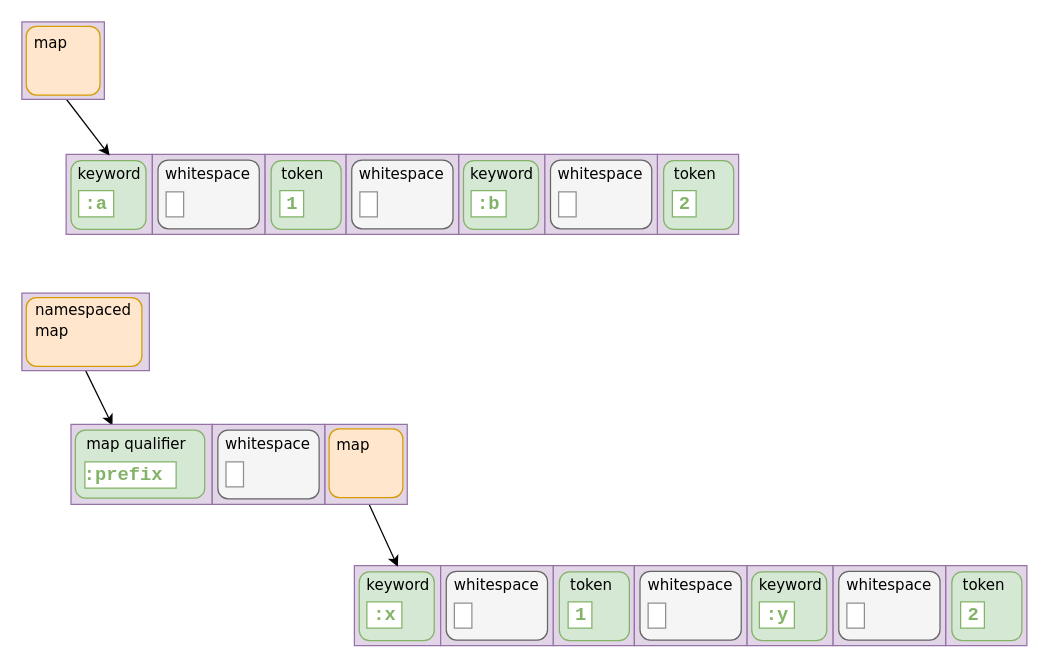
Before: doc/map-nodes.drawio in clj-commons/rewrite-clj, a draw.io diagram. Source tidied: cells renumbered, new cells numbered last; positions are measured from the earlier drawing's top-left corner, leaving out a move shared by most shapes. Both pictures are drawn from the tidied source at 125%, with x=0, y=0 at pixel (21, 21).
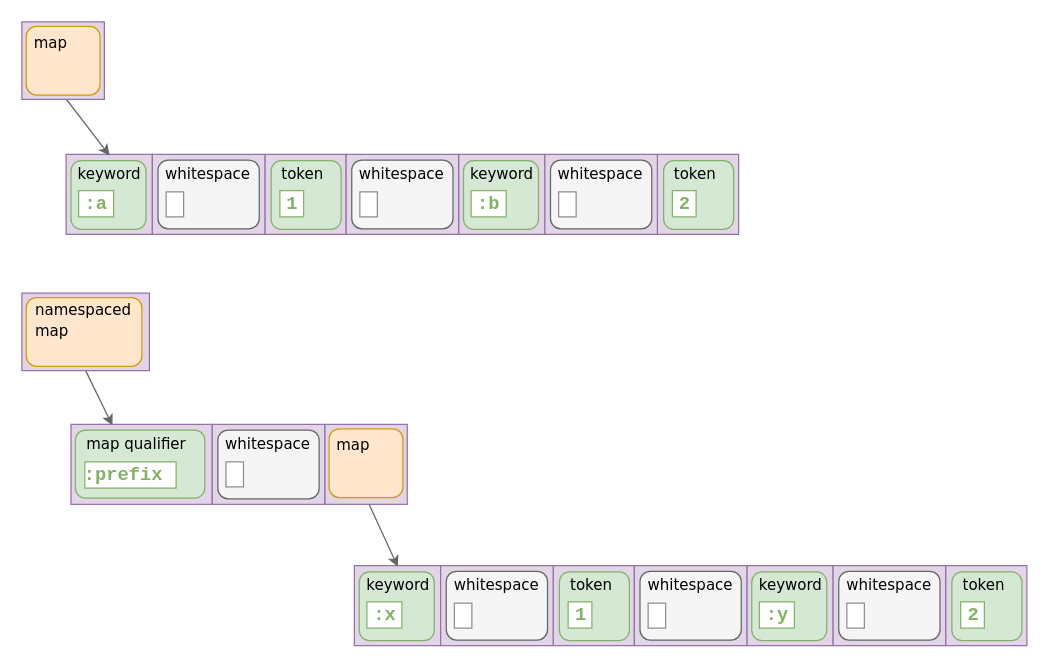
Above is the later version.

Commit message (it also covers changes not shown here):
Update diagrams to be dark mode friendly

The change refers to these unchanged cells:
```xml
<mxCell id="9" value="&lt;font face=&quot;Verdana&quot; style=&quot;font-size: 12px&quot;&gt;keyword&lt;/font&gt;" style="text;html=1;strokeColor=none;fillColor=none;align=left;verticalAlign=middle;whiteSpace=wrap;rounded=0;comic=0;fontFamily=Courier New;fontSize=14;spacingTop=9;" parent="1" vertex="1">
  <mxGeometry x="43.1" y="107" width="54.2" height="20" as="geometry" />
</mxCell>
<mxCell id="12" value="&lt;div style=&quot;font-size: 14px&quot;&gt;&lt;br&gt;&lt;/div&gt;" style="rounded=1;whiteSpace=wrap;html=1;verticalAlign=top;align=left;fontSize=14;fontFamily=Courier New;fillColor=#ffe6cc;strokeColor=#d79b00;" parent="1" vertex="1">
  <mxGeometry x="3.5" y="3.5" width="59" height="55" as="geometry" />
</mxCell>
<mxCell id="23" style="rounded=0;whiteSpace=wrap;html=1;comic=0;strokeColor=#9673a6;fillColor=#e1d5e7;align=left;fontSize=14;fontFamily=Courier New;" parent="1" vertex="1">
  <mxGeometry y="217" width="102" height="62" as="geometry" />
</mxCell>
<mxCell id="28" value="&lt;font face=&quot;Verdana&quot; style=&quot;font-size: 12px&quot;&gt;map qualifier&lt;br&gt;&lt;/font&gt;" style="text;html=1;strokeColor=none;fillColor=none;align=left;verticalAlign=middle;whiteSpace=wrap;rounded=0;comic=0;fontFamily=Courier New;fontSize=14;spacingTop=9;" parent="1" vertex="1">
  <mxGeometry x="50.4" y="323" width="88.4" height="20.3" as="geometry" />
</mxCell>
<mxCell id="49" value="&lt;font face=&quot;Verdana&quot; style=&quot;font-size: 12px&quot;&gt;keyword&lt;/font&gt;" style="text;html=1;strokeColor=none;fillColor=none;align=left;verticalAlign=middle;whiteSpace=wrap;rounded=0;comic=0;fontFamily=Courier New;fontSize=14;spacingTop=9;" parent="1" vertex="1">
  <mxGeometry x="273.7" y="436" width="54.2" height="20" as="geometry" />
</mxCell>
<mxCell id="52" value="&lt;div style=&quot;font-size: 14px&quot;&gt;&lt;br&gt;&lt;/div&gt;" style="rounded=1;whiteSpace=wrap;html=1;verticalAlign=top;align=left;fontSize=14;fontFamily=Courier New;fillColor=#ffe6cc;strokeColor=#d79b00;" parent="1" vertex="1">
  <mxGeometry x="245.8" y="325.5" width="59" height="55" as="geometry" />
</mxCell>
```

Diff of the diagram source:
```diff
@@
-    <mxCell id="10" style="endArrow=classic;html=1;entryX=0.5;entryY=0;entryDx=0;entryDy=0;exitX=0.5;exitY=1;exitDx=0;exitDy=0;fontSize=14;fontFamily=Courier New;" parent="1" edge="1" source="12" target="9">
+    <mxCell id="10" style="endArrow=classic;html=1;entryX=0.5;entryY=0;entryDx=0;entryDy=0;exitX=0.5;exitY=1;exitDx=0;exitDy=0;fontSize=14;fontFamily=Courier New;strokeColor=#666666;" parent="1" edge="1" source="12" target="9">
       <mxGeometry relative="1" as="geometry" />
     </mxCell>
@@
-    <mxCell id="22" style="edgeStyle=none;rounded=0;jettySize=auto;html=1;exitX=0.5;exitY=1;exitDx=0;exitDy=0;entryX=0.25;entryY=0;entryDx=0;entryDy=0;" parent="1" edge="1" source="23" target="28">
+    <mxCell id="22" style="edgeStyle=none;rounded=0;jettySize=auto;html=1;exitX=0.5;exitY=1;exitDx=0;exitDy=0;entryX=0.25;entryY=0;entryDx=0;entryDy=0;strokeColor=#666666;" parent="1" edge="1" source="23" target="28">
       <mxGeometry relative="1" as="geometry" />
     </mxCell>
@@
-    <mxCell id="50" style="endArrow=classic;html=1;entryX=0.5;entryY=0;entryDx=0;entryDy=0;exitX=0.5;exitY=1;exitDx=0;exitDy=0;fontSize=14;fontFamily=Courier New;" parent="1" edge="1" source="52" target="49">
+    <mxCell id="50" style="endArrow=classic;html=1;entryX=0.5;entryY=0;entryDx=0;entryDy=0;exitX=0.5;exitY=1;exitDx=0;exitDy=0;fontSize=14;fontFamily=Courier New;strokeColor=#666666;" parent="1" edge="1" source="52" target="49">
       <mxGeometry relative="1" as="geometry" />
     </mxCell>
```
